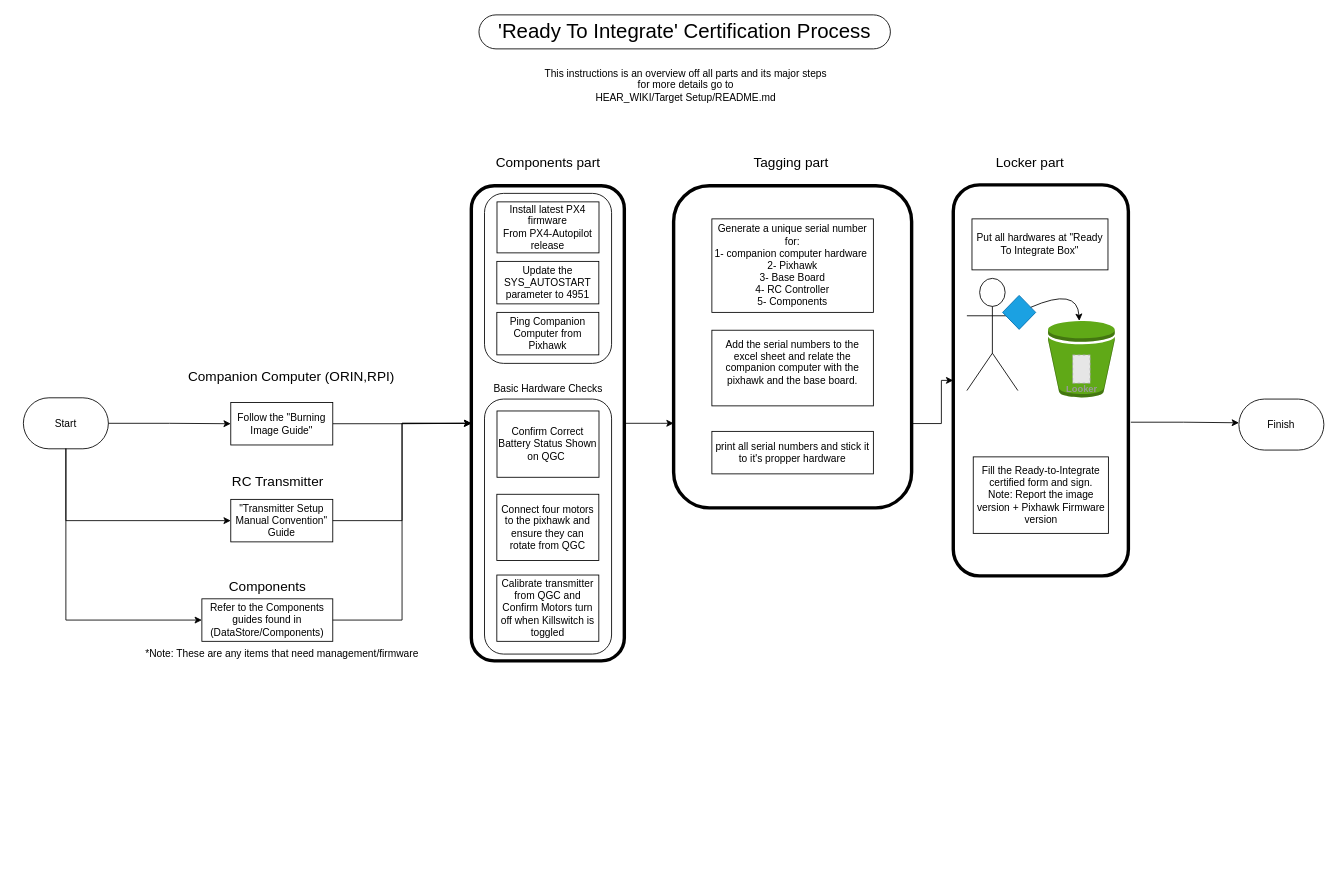
DroneLeaf/HEAR_wiki keeps this draw.io diagram as Guide/Hardware and Process/Commissioning/1 Ready to integrate/ready_to_integrate.drawio. Above is the earlier version. Source tidied: cells renumbered, new cells numbered last; positions are measured from the earlier drawing's top-left corner, leaving out a move shared by most shapes. Both pictures are drawn from the tidied source at 85%, with x=0, y=0 at pixel (23, 14). Pictures stored in the file or linked from it are replaced by grey dashed boxes.
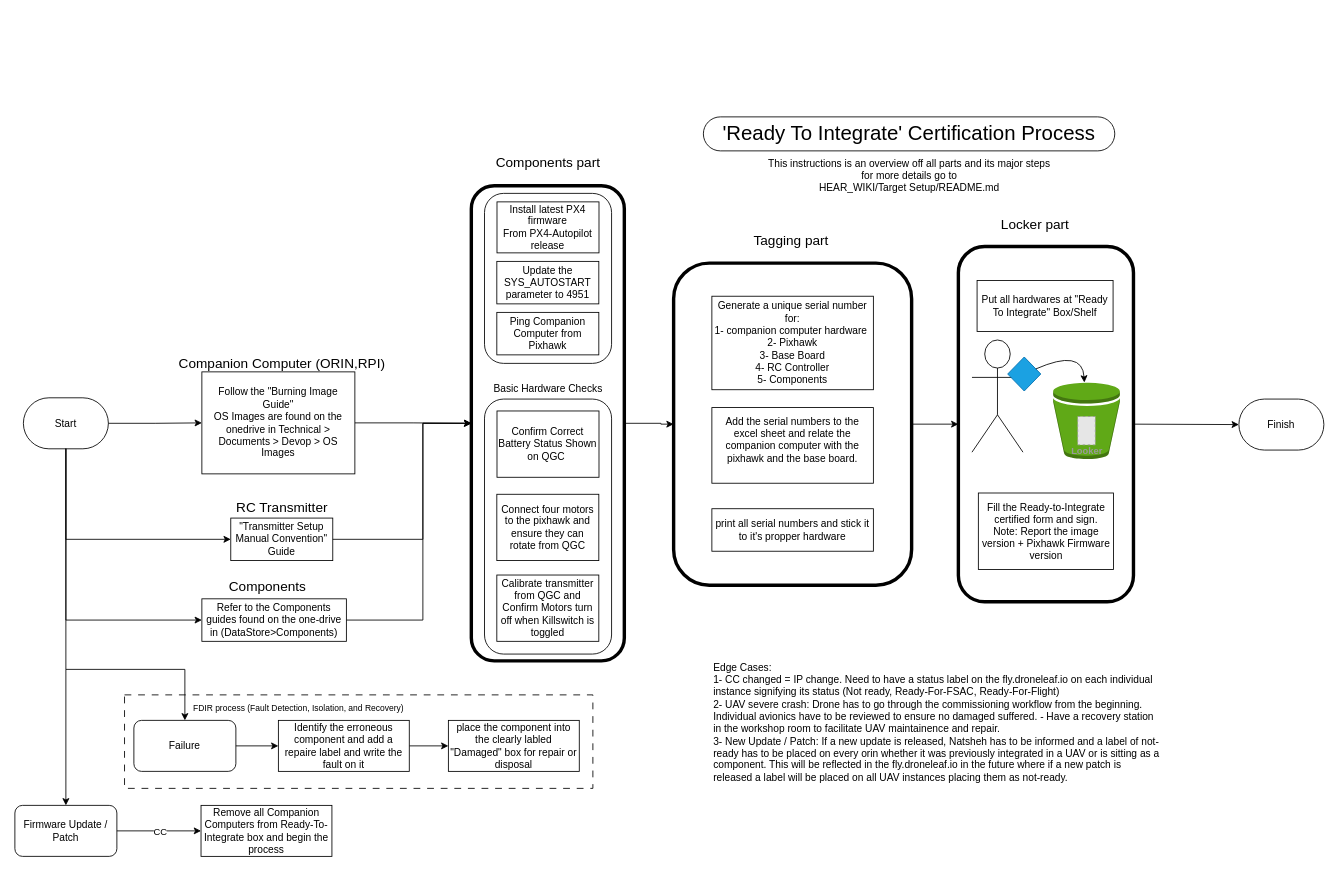
Above is the later version.

Commit message:
Updated Ready to Integrate

Found in local machine in same path

Unchanged cells that the change refers to:
```xml
<mxCell id="2" style="rounded=1;whiteSpace=wrap;html=1;fillColor=none;strokeWidth=4;" parent="1" vertex="1">
  <mxGeometry x="527" y="201" width="180" height="559" as="geometry" />
</mxCell>
<mxCell id="20" value="&lt;div&gt;Start&lt;/div&gt;" style="rounded=1;whiteSpace=wrap;html=1;arcSize=50;" parent="1" vertex="1">
  <mxGeometry y="450.5" width="100" height="60" as="geometry" />
</mxCell>
<mxCell id="22" value="&lt;div&gt;Finish&lt;/div&gt;" style="rounded=1;whiteSpace=wrap;html=1;arcSize=50;" parent="1" vertex="1">
  <mxGeometry x="1430" y="452" width="100" height="60" as="geometry" />
</mxCell>
```

Diff of the diagram source:
```diff
@@
+    <mxCell id="48" style="rounded=0;whiteSpace=wrap;html=1;fillColor=none;dashed=1;dashPattern=8 8;" parent="1" vertex="1">
+      <mxGeometry x="119" y="800" width="551" height="110" as="geometry" />
+    </mxCell>
@@
     <mxCell id="5" style="rounded=1;whiteSpace=wrap;html=1;fillColor=none;strokeWidth=4;" parent="1" vertex="1">
-      <mxGeometry x="1094" y="200" width="206" height="460" as="geometry" />
+      <mxGeometry x="1100" y="272.5" width="206" height="418" as="geometry" />
     </mxCell>
-    <mxCell id="6" style="rounded=1;whiteSpace=wrap;html=1;fillColor=none;strokeWidth=4;" parent="1" vertex="1">
-      <mxGeometry x="765" y="201" width="280" height="379" as="geometry" />
-    </mxCell>
@@
     <mxCell id="8" value="&lt;div&gt;&lt;span style=&quot;background-color: initial;&quot;&gt;&lt;font style=&quot;font-size: 24px;&quot;&gt;'Ready To Integrate' Certification Process&lt;/font&gt;&lt;/span&gt;&lt;br&gt;&lt;/div&gt;" style="rounded=1;whiteSpace=wrap;html=1;arcSize=50;" parent="1" vertex="1">
-      <mxGeometry x="536" width="484" height="40" as="geometry" />
+      <mxGeometry x="800" y="120" width="484" height="40" as="geometry" />
     </mxCell>
-    <mxCell id="9" value="Follow the &quot;Burning Image Guide&quot;" style="rounded=1;whiteSpace=wrap;html=1;fontSize=12;glass=0;strokeWidth=1;shadow=0;arcSize=0;" parent="1" vertex="1">
-      <mxGeometry x="244" y="456" width="120" height="50" as="geometry" />
+    <mxCell id="9" value="Follow the &quot;Burning Image Guide&quot;&lt;div&gt;OS Images are found on the onedrive in Technical &amp;gt; Documents &amp;gt; Devop &amp;gt; OS Images&lt;/div&gt;" style="rounded=1;whiteSpace=wrap;html=1;fontSize=12;glass=0;strokeWidth=1;shadow=0;arcSize=0;" parent="1" vertex="1">
+      <mxGeometry x="210" y="420" width="180" height="120" as="geometry" />
     </mxCell>
@@
-    <mxCell id="12" value="Generate a unique serial number for:&lt;br&gt;1- companion computer hardware&amp;nbsp;&lt;div&gt;2- Pixhawk&lt;/div&gt;&lt;div&gt;3- Base Board&lt;/div&gt;&lt;div&gt;4- RC Controller&lt;/div&gt;&lt;div&gt;5- Components&lt;/div&gt;" style="rounded=1;whiteSpace=wrap;html=1;fontSize=12;glass=0;strokeWidth=1;shadow=0;arcSize=0;" parent="1" vertex="1">
-      <mxGeometry x="810" y="240" width="190" height="110" as="geometry" />
-    </mxCell>
-    <mxCell id="13" value="Add the serial numbers to the excel sheet and relate the companion computer with the pixhawk and the base board.&lt;div style=&quot;text-align: left;&quot;&gt;&amp;nbsp;&lt;br&gt;&lt;/div&gt;" style="rounded=1;whiteSpace=wrap;html=1;fontSize=12;glass=0;strokeWidth=1;shadow=0;arcSize=0;" parent="1" vertex="1">
-      <mxGeometry x="810" y="371" width="190" height="89" as="geometry" />
-    </mxCell>
-    <mxCell id="14" value="Put all hardwares at &quot;Ready To Integrate Box&quot;" style="rounded=1;whiteSpace=wrap;html=1;fontSize=12;glass=0;strokeWidth=1;shadow=0;arcSize=0;" parent="1" vertex="1">
-      <mxGeometry x="1116" y="240" width="160" height="60" as="geometry" />
+    <mxCell id="14" value="Put all hardwares at &quot;Ready To Integrate&quot; Box/Shelf" style="rounded=1;whiteSpace=wrap;html=1;fontSize=12;glass=0;strokeWidth=1;shadow=0;arcSize=0;" parent="1" vertex="1">
+      <mxGeometry x="1122" y="312.5" width="160" height="60" as="geometry" />
     </mxCell>
     <mxCell id="15" value="&lt;font style=&quot;font-size: 16px;&quot;&gt;Companion Computer (ORIN,RPI)&lt;/font&gt;" style="text;html=1;align=center;verticalAlign=middle;strokeColor=none;fillColor=none;" parent="1" vertex="1">
-      <mxGeometry x="180" y="410" width="270" height="30" as="geometry" />
+      <mxGeometry x="169" y="395" width="270" height="30" as="geometry" />
     </mxCell>
@@
-    <mxCell id="17" style="edgeStyle=orthogonalEdgeStyle;rounded=0;jettySize=auto;html=1;" parent="1" edge="1" source="2" target="6">
+    <mxCell id="17" style="edgeStyle=orthogonalEdgeStyle;rounded=0;jettySize=auto;html=1;entryX=0;entryY=0.5;entryDx=0;entryDy=0;" parent="1" edge="1" source="2" target="6">
       <mxGeometry relative="1" as="geometry">
         <Array as="points">
-          <mxPoint x="750" y="481" />
           <mxPoint x="750" y="481" />
         </Array>
       </mxGeometry>
     </mxCell>
-    <mxCell id="18" value="&lt;font style=&quot;font-size: 16px;&quot;&gt;Tagging part&lt;/font&gt;" style="text;html=1;align=center;verticalAlign=middle;strokeColor=none;fillColor=none;" parent="1" vertex="1">
-      <mxGeometry x="848" y="159" width="110" height="30" as="geometry" />
-    </mxCell>
     <mxCell id="19" value="&lt;font style=&quot;font-size: 16px;&quot;&gt;Locker part&lt;/font&gt;" style="text;html=1;align=center;verticalAlign=middle;strokeColor=none;fillColor=none;" parent="1" vertex="1">
-      <mxGeometry x="1134" y="158" width="100" height="30" as="geometry" />
+      <mxGeometry x="1140" y="230.5" width="100" height="30" as="geometry" />
     </mxCell>
@@
-    <mxCell id="23" style="edgeStyle=orthogonalEdgeStyle;rounded=0;jettySize=auto;html=1;entryX=0.001;entryY=0.465;entryDx=0;entryDy=0;entryPerimeter=0;exitX=1.014;exitY=0.607;exitDx=0;exitDy=0;exitPerimeter=0;" parent="1" edge="1" source="5" target="22">
-      <mxGeometry relative="1" as="geometry" />
-    </mxCell>
     <mxCell id="24" value="This instructions is an overview off all parts and its major steps&lt;div&gt;for more details go to&lt;/div&gt;&lt;div&gt;HEAR_WIKI/Target Setup/README.md&lt;/div&gt;" style="text;html=1;align=center;verticalAlign=middle;strokeColor=none;fillColor=none;" parent="1" vertex="1">
-      <mxGeometry x="599" y="53" width="360" height="60" as="geometry" />
+      <mxGeometry x="862" y="159" width="360" height="60" as="geometry" />
     </mxCell>
     <mxCell id="25" style="outlineConnect=0;dashed=0;verticalLabelPosition=bottom;verticalAlign=top;align=center;html=1;shape=mxgraph.aws3.bucket;fillColor=#60a917;fontColor=#ffffff;strokeColor=#2D7600;" parent="1" vertex="1">
-      <mxGeometry x="1205.5" y="360" width="78.5" height="90" as="geometry" />
+      <mxGeometry x="1211.5" y="432.5" width="78.5" height="90" as="geometry" />
     </mxCell>
     <mxCell id="26" value="Looker" style="fillColor=#E6E6E6;strokeColor=#999999;dashed=1;html=1;verticalAlign=top;labelPosition=center;verticalLabelPosition=bottom;align=center;spacingTop=-6;fontSize=11;fontStyle=1;fontColor=#999999;" parent="1" vertex="1">
-      <mxGeometry x="1234.4" y="400" width="20.7" height="33.4" as="geometry" />
+      <mxGeometry x="1240.4" y="472.5" width="20.7" height="33.4" as="geometry" />
     </mxCell>
     <mxCell id="27" style="shape=umlActor;verticalLabelPosition=bottom;verticalAlign=top;html=1;" parent="1" vertex="1">
-      <mxGeometry x="1110" y="310" width="60" height="132" as="geometry" />
+      <mxGeometry x="1116" y="382.5" width="60" height="132" as="geometry" />
     </mxCell>
     <mxCell id="28" style="rhombus;whiteSpace=wrap;html=1;fillColor=#1ba1e2;fontColor=#ffffff;strokeColor=#006EAF;" parent="1" vertex="1">
-      <mxGeometry x="1152" y="330" width="39" height="40" as="geometry" />
+      <mxGeometry x="1158" y="402.5" width="39" height="40" as="geometry" />
     </mxCell>
     <mxCell id="29" style="curved=1;endArrow=classic;html=1;rounded=0;" parent="1" edge="1" source="28" target="25">
       <mxGeometry relative="1" as="geometry">
         <Array as="points">
-          <mxPoint x="1240" y="320" />
+          <mxPoint x="1246" y="392.5" />
         </Array>
       </mxGeometry>
     </mxCell>
-    <mxCell id="30" value="&lt;div&gt;&lt;div&gt;print all serial numbers and stick it to it's propper hardware&lt;/div&gt;&lt;/div&gt;" style="rounded=1;whiteSpace=wrap;html=1;fontSize=12;glass=0;strokeWidth=1;shadow=0;arcSize=0;" parent="1" vertex="1">
-      <mxGeometry x="810" y="490" width="190" height="50" as="geometry" />
-    </mxCell>
@@
     <mxCell id="35" value="&quot;Transmitter Setup Manual Convention&quot; Guide" style="rounded=1;whiteSpace=wrap;html=1;fontSize=12;glass=0;strokeWidth=1;shadow=0;arcSize=0;" parent="1" vertex="1">
-      <mxGeometry x="244" y="570" width="120" height="50" as="geometry" />
+      <mxGeometry x="244" y="592" width="120" height="50" as="geometry" />
     </mxCell>
@@
     <mxCell id="37" style="edgeStyle=orthogonalEdgeStyle;rounded=0;jettySize=auto;html=1;entryX=0;entryY=0.5;entryDx=0;entryDy=0;exitX=1;exitY=0.5;exitDx=0;exitDy=0;" parent="1" edge="1" source="35" target="2">
-      <mxGeometry relative="1" as="geometry" />
+      <mxGeometry relative="1" as="geometry">
+        <Array as="points">
+          <mxPoint x="470" y="617" />
+          <mxPoint x="470" y="481" />
+        </Array>
+      </mxGeometry>
     </mxCell>
@@
     <mxCell id="39" value="&lt;span style=&quot;font-size: 16px;&quot;&gt;RC Transmitter&lt;/span&gt;" style="text;html=1;align=center;verticalAlign=middle;strokeColor=none;fillColor=none;" parent="1" vertex="1">
-      <mxGeometry x="234" y="534" width="130" height="30" as="geometry" />
+      <mxGeometry x="239" y="564" width="130" height="30" as="geometry" />
     </mxCell>
-    <mxCell id="40" style="edgeStyle=orthogonalEdgeStyle;rounded=0;jettySize=auto;html=1;entryX=0;entryY=0.5;entryDx=0;entryDy=0;" parent="1" edge="1" target="5">
-      <mxGeometry relative="1" as="geometry">
-        <mxPoint x="1045" y="480.8" as="sourcePoint" />
-        <Array as="points">
-          <mxPoint x="1080" y="481" />
-        </Array>
-      </mxGeometry>
-    </mxCell>
@@
     <mxCell id="42" value="&lt;div&gt;&lt;div&gt;Fill the Ready-to-Integrate certified form and sign.&lt;br&gt;Note: Report the image version + Pixhawk Firmware version&lt;/div&gt;&lt;/div&gt;" style="rounded=1;whiteSpace=wrap;html=1;fontSize=12;glass=0;strokeWidth=1;shadow=0;arcSize=0;" parent="1" vertex="1">
-      <mxGeometry x="1117.5" y="520" width="159" height="90" as="geometry" />
+      <mxGeometry x="1123.5" y="562.5" width="159" height="90" as="geometry" />
     </mxCell>
-    <mxCell id="43" value="Refer to the Components guides found in (DataStore/Components)" style="rounded=1;whiteSpace=wrap;html=1;fontSize=12;glass=0;strokeWidth=1;shadow=0;arcSize=0;" parent="1" vertex="1">
-      <mxGeometry x="210" y="687" width="154" height="50" as="geometry" />
+    <mxCell id="43" value="Refer to the Components guides found on the one-drive in (DataStore&amp;gt;Components)" style="rounded=1;whiteSpace=wrap;html=1;fontSize=12;glass=0;strokeWidth=1;shadow=0;arcSize=0;" parent="1" vertex="1">
+      <mxGeometry x="210" y="687" width="170" height="50" as="geometry" />
     </mxCell>
@@
     <mxCell id="45" style="edgeStyle=orthogonalEdgeStyle;rounded=0;jettySize=auto;html=1;entryX=0;entryY=0.5;entryDx=0;entryDy=0;exitX=1;exitY=0.5;exitDx=0;exitDy=0;" parent="1" edge="1" source="43" target="2">
-      <mxGeometry relative="1" as="geometry" />
+      <mxGeometry relative="1" as="geometry">
+        <Array as="points">
+          <mxPoint x="470" y="712" />
+          <mxPoint x="470" y="481" />
+        </Array>
+      </mxGeometry>
     </mxCell>
@@
-    <mxCell id="47" value="*Note: These are any items that need management/firmware" style="text;html=1;align=center;verticalAlign=middle;strokeColor=none;fillColor=none;" parent="1" vertex="1">
-      <mxGeometry x="134" y="737" width="340" height="30" as="geometry" />
-    </mxCell>
+    <mxCell id="49" value="Failure" style="rounded=1;whiteSpace=wrap;html=1;" parent="1" vertex="1">
+      <mxGeometry x="130" y="830" width="120" height="60" as="geometry" />
+    </mxCell>
+    <mxCell id="50" style="endArrow=classic;html=1;rounded=0;exitX=0.5;exitY=1;exitDx=0;exitDy=0;entryX=0.5;entryY=0;entryDx=0;entryDy=0;" parent="1" edge="1" source="20" target="49">
+      <mxGeometry relative="1" as="geometry">
+        <Array as="points">
+          <mxPoint x="50" y="770" />
+          <mxPoint x="190" y="770" />
+        </Array>
+      </mxGeometry>
+    </mxCell>
+    <mxCell id="51" style="endArrow=classic;html=1;rounded=0;exitX=1;exitY=0.5;exitDx=0;exitDy=0;entryX=0;entryY=0.5;entryDx=0;entryDy=0;" parent="1" edge="1" source="49" target="53">
+      <mxGeometry relative="1" as="geometry" />
+    </mxCell>
+    <mxCell id="52" style="edgeStyle=orthogonalEdgeStyle;rounded=0;jettySize=auto;html=1;exitX=1;exitY=0.5;exitDx=0;exitDy=0;entryX=0;entryY=0.5;entryDx=0;entryDy=0;" parent="1" edge="1" source="53" target="54">
+      <mxGeometry relative="1" as="geometry" />
+    </mxCell>
+    <mxCell id="53" value="Identify the erroneous component and add a repaire label and write the fault on it" style="rounded=1;whiteSpace=wrap;html=1;fontSize=12;glass=0;strokeWidth=1;shadow=0;arcSize=0;" parent="1" vertex="1">
+      <mxGeometry x="300" y="830" width="154" height="60" as="geometry" />
+    </mxCell>
+    <mxCell id="54" value="place the component into the clearly labled &quot;Damaged&quot; box for repair or disposal" style="rounded=1;whiteSpace=wrap;html=1;fontSize=12;glass=0;strokeWidth=1;shadow=0;arcSize=0;" parent="1" vertex="1">
+      <mxGeometry x="500" y="830" width="154" height="60" as="geometry" />
+    </mxCell>
+    <mxCell id="55" style="group;" parent="1" vertex="1">
+      <mxGeometry x="765" y="250" width="280" height="421" as="geometry" />
+    </mxCell>
+    <mxCell id="6" style="rounded=1;whiteSpace=wrap;html=1;fillColor=none;strokeWidth=4;" parent="55" vertex="1">
+      <mxGeometry y="42" width="280" height="379" as="geometry" />
+    </mxCell>
+    <mxCell id="12" value="Generate a unique serial number for:&lt;br&gt;1- companion computer hardware&amp;nbsp;&lt;div&gt;2- Pixhawk&lt;/div&gt;&lt;div&gt;3- Base Board&lt;/div&gt;&lt;div&gt;4- RC Controller&lt;/div&gt;&lt;div&gt;5- Components&lt;/div&gt;" style="rounded=1;whiteSpace=wrap;html=1;fontSize=12;glass=0;strokeWidth=1;shadow=0;arcSize=0;" parent="55" vertex="1">
+      <mxGeometry x="45" y="81" width="190" height="110" as="geometry" />
+    </mxCell>
+    <mxCell id="13" value="Add the serial numbers to the excel sheet and relate the companion computer with the pixhawk and the base board.&lt;div style=&quot;text-align: left;&quot;&gt;&amp;nbsp;&lt;br&gt;&lt;/div&gt;" style="rounded=1;whiteSpace=wrap;html=1;fontSize=12;glass=0;strokeWidth=1;shadow=0;arcSize=0;" parent="55" vertex="1">
+      <mxGeometry x="45" y="212" width="190" height="89" as="geometry" />
+    </mxCell>
+    <mxCell id="18" value="&lt;font style=&quot;font-size: 16px;&quot;&gt;Tagging part&lt;/font&gt;" style="text;html=1;align=center;verticalAlign=middle;strokeColor=none;fillColor=none;" parent="55" vertex="1">
+      <mxGeometry x="83" width="110" height="30" as="geometry" />
+    </mxCell>
+    <mxCell id="30" value="&lt;div&gt;&lt;div&gt;print all serial numbers and stick it to it's propper hardware&lt;/div&gt;&lt;/div&gt;" style="rounded=1;whiteSpace=wrap;html=1;fontSize=12;glass=0;strokeWidth=1;shadow=0;arcSize=0;" parent="55" vertex="1">
+      <mxGeometry x="45" y="331" width="190" height="50" as="geometry" />
+    </mxCell>
+    <mxCell id="56" style="endArrow=classic;html=1;rounded=0;entryX=0;entryY=0.5;entryDx=0;entryDy=0;exitX=1;exitY=0.5;exitDx=0;exitDy=0;" parent="1" edge="1" source="6" target="5">
+      <mxGeometry relative="1" as="geometry" />
+    </mxCell>
+    <mxCell id="23" style="endArrow=classic;html=1;rounded=0;entryX=0;entryY=0.5;entryDx=0;entryDy=0;exitX=1;exitY=0.5;exitDx=0;exitDy=0;" parent="1" edge="1" source="5" target="22">
+      <mxGeometry relative="1" as="geometry" />
+    </mxCell>
+    <mxCell id="57" value="Edge Cases:&lt;div&gt;1- CC changed = IP change. Need to have a status label on the fly.droneleaf.io on each individual instance signifying its status (Not ready, Ready-For-FSAC, Ready-For-Flight)&amp;nbsp;&lt;/div&gt;&lt;div&gt;2- UAV severe crash: Drone has to go through the commissioning workflow from the beginning. Individual avionics have to be reviewed to ensure no damaged suffered. - Have a recovery station in the workshop room to facilitate UAV maintainence and repair.&lt;/div&gt;&lt;div&gt;3- New Update / Patch: If a new update is released, Natsheh has to be informed and a label of not-ready has to be placed on every orin whether it was previously integrated in a UAV or is sitting as a component. This will be reflected in the fly.droneleaf.io in the future where if a new patch is released a label will be placed on all UAV instances placing them as not-ready.&lt;/div&gt;&lt;div&gt;&lt;br&gt;&lt;/div&gt;" style="text;html=1;align=left;verticalAlign=middle;whiteSpace=wrap;rounded=0;" parent="1" vertex="1">
+      <mxGeometry x="810" y="760" width="530" height="160" as="geometry" />
+    </mxCell>
+    <mxCell id="58" value="Firmware Update / Patch" style="rounded=1;whiteSpace=wrap;html=1;" parent="1" vertex="1">
+      <mxGeometry x="-10" y="930" width="120" height="60" as="geometry" />
+    </mxCell>
+    <mxCell id="59" style="endArrow=classic;html=1;rounded=0;entryX=0.5;entryY=0;entryDx=0;entryDy=0;" parent="1" edge="1" target="58">
+      <mxGeometry relative="1" as="geometry">
+        <mxPoint x="50" y="770" as="sourcePoint" />
+      </mxGeometry>
+    </mxCell>
+    <mxCell id="60" value="Remove all Companion Computers from Ready-To-Integrate box and begin the process" style="rounded=1;whiteSpace=wrap;html=1;fontSize=12;glass=0;strokeWidth=1;shadow=0;arcSize=0;" parent="1" vertex="1">
+      <mxGeometry x="209" y="930" width="154" height="60" as="geometry" />
+    </mxCell>
+    <mxCell id="61" style="endArrow=classic;html=1;rounded=0;exitX=1;exitY=0.5;exitDx=0;exitDy=0;entryX=0;entryY=0.5;entryDx=0;entryDy=0;" parent="1" edge="1" source="58" target="60">
+      <mxGeometry relative="1" as="geometry" />
+    </mxCell>
+    <mxCell id="62" value="CC" style="edgeLabel;html=1;align=center;verticalAlign=middle;" parent="61" vertex="1">
+      <mxGeometry x="-0.07" y="-1" relative="1" as="geometry">
+        <mxPoint x="4" y="-1" as="offset" />
+      </mxGeometry>
+    </mxCell>
+    <mxCell id="63" value="&lt;font style=&quot;font-size: 10px;&quot;&gt;&lt;span style=&quot;&quot;&gt;&lt;font style=&quot;&quot;&gt;FDIR process&amp;nbsp;&lt;/font&gt;&lt;/span&gt;&lt;span style=&quot;background-color: transparent; color: light-dark(rgb(0, 0, 0), rgb(255, 255, 255));&quot;&gt;(Fault Detection, Isolation, and Recovery)&lt;/span&gt;&lt;/font&gt;" style="text;html=1;align=left;verticalAlign=middle;whiteSpace=wrap;rounded=0;" parent="1" vertex="1">
+      <mxGeometry x="198" y="800" width="370" height="30" as="geometry" />
+    </mxCell>
```
